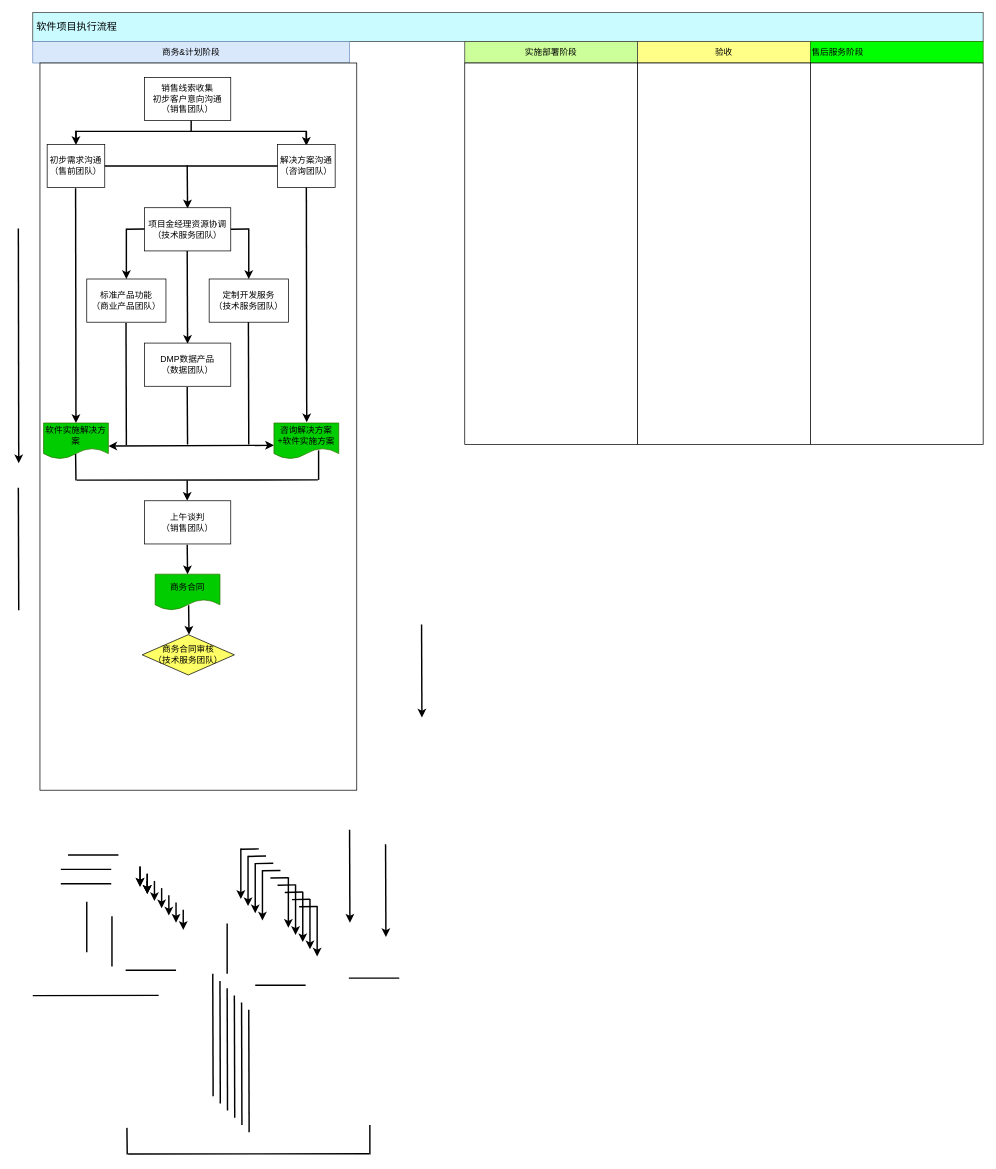
Before: 未命名绘图.drawio in pingxinerlun/Demo, a draw.io diagram. Source tidied: cells renumbered, new cells numbered last; positions are measured from the earlier drawing's top-left corner, leaving out a move shared by most shapes. Both pictures are drawn from the tidied source at 72%, with x=0, y=0 at pixel (18, 12).
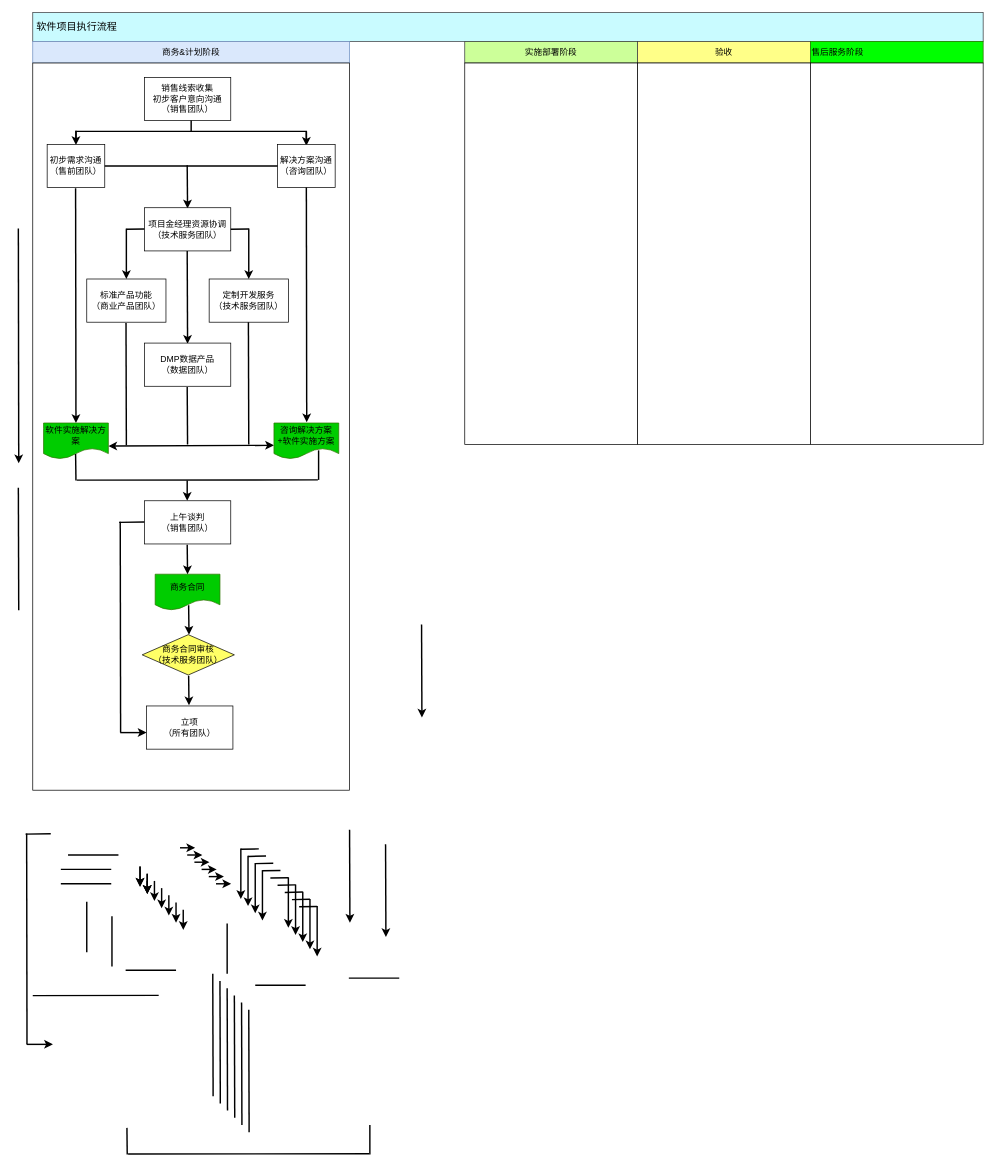
After the change.

Commit message:
左折下右箭头.drawio

The edit, as a diff of the source:
```diff
@@
     <mxCell id="7" style="rounded=0;whiteSpace=wrap;html=1;align=left;fillColor=#FFFFFF;" parent="1" vertex="1">
-      <mxGeometry x="30" y="70" width="440" height="1010" as="geometry" />
+      <mxGeometry x="20" y="70" width="440" height="1010" as="geometry" />
     </mxCell>
@@
+    <mxCell id="97" value="立项&lt;br&gt;（所有团队）" style="rounded=0;whiteSpace=wrap;html=1;align=center;fillColor=#FFFFFF;" parent="1" vertex="1">
+      <mxGeometry x="178" y="963" width="120" height="60" as="geometry" />
+    </mxCell>
+    <mxCell id="98" style="endArrow=classic;html=1;endSize=6;strokeWidth=2;entryX=0.5;entryY=0;entryDx=0;entryDy=0;" parent="1" edge="1">
+      <mxGeometry relative="1" as="geometry">
+        <mxPoint x="236.5" y="921" as="sourcePoint" />
+        <mxPoint x="237" y="962" as="targetPoint" />
+      </mxGeometry>
+    </mxCell>
+    <mxCell id="99" style="endArrow=none;html=1;strokeWidth=2;" parent="1" edge="1">
+      <mxGeometry relative="1" as="geometry">
+        <mxPoint x="140" y="708" as="sourcePoint" />
+        <mxPoint x="175" y="707.5" as="targetPoint" />
+      </mxGeometry>
+    </mxCell>
+    <mxCell id="100" style="endArrow=none;html=1;strokeWidth=2;" parent="1" edge="1">
+      <mxGeometry relative="1" as="geometry">
+        <mxPoint x="142" y="1000" as="sourcePoint" />
+        <mxPoint x="141.5" y="707" as="targetPoint" />
+      </mxGeometry>
+    </mxCell>
+    <mxCell id="101" style="endArrow=classic;html=1;endSize=6;strokeWidth=2;entryX=-0.017;entryY=0.617;entryDx=0;entryDy=0;entryPerimeter=0;" parent="1" edge="1">
+      <mxGeometry relative="1" as="geometry">
+        <mxPoint x="141.5" y="1000" as="sourcePoint" />
+        <mxPoint x="178" y="1000" as="targetPoint" />
+      </mxGeometry>
+    </mxCell>
+    <mxCell id="102" style="endArrow=classic;html=1;endSize=6;strokeWidth=2;" parent="1" edge="1">
+      <mxGeometry relative="1" as="geometry">
+        <mxPoint x="224.5" y="1160" as="sourcePoint" />
+        <mxPoint x="245.5" y="1160" as="targetPoint" />
+      </mxGeometry>
+    </mxCell>
+    <mxCell id="103" style="endArrow=classic;html=1;endSize=6;strokeWidth=2;" parent="1" edge="1">
+      <mxGeometry relative="1" as="geometry">
+        <mxPoint x="234.5" y="1170" as="sourcePoint" />
+        <mxPoint x="255.5" y="1170" as="targetPoint" />
+      </mxGeometry>
+    </mxCell>
+    <mxCell id="104" style="endArrow=classic;html=1;endSize=6;strokeWidth=2;" parent="1" edge="1">
+      <mxGeometry relative="1" as="geometry">
+        <mxPoint x="244.5" y="1180" as="sourcePoint" />
+        <mxPoint x="265.5" y="1180" as="targetPoint" />
+      </mxGeometry>
+    </mxCell>
+    <mxCell id="105" style="endArrow=classic;html=1;endSize=6;strokeWidth=2;" parent="1" edge="1">
+      <mxGeometry relative="1" as="geometry">
+        <mxPoint x="254.5" y="1190" as="sourcePoint" />
+        <mxPoint x="275.5" y="1190" as="targetPoint" />
+      </mxGeometry>
+    </mxCell>
+    <mxCell id="106" style="endArrow=classic;html=1;endSize=6;strokeWidth=2;" parent="1" edge="1">
+      <mxGeometry relative="1" as="geometry">
+        <mxPoint x="264.5" y="1200" as="sourcePoint" />
+        <mxPoint x="285.5" y="1200" as="targetPoint" />
+      </mxGeometry>
+    </mxCell>
+    <mxCell id="107" style="endArrow=classic;html=1;endSize=6;strokeWidth=2;" parent="1" edge="1">
+      <mxGeometry relative="1" as="geometry">
+        <mxPoint x="274.5" y="1210" as="sourcePoint" />
+        <mxPoint x="295.5" y="1210" as="targetPoint" />
+      </mxGeometry>
+    </mxCell>
+    <mxCell id="108" style="endArrow=none;html=1;strokeWidth=2;" parent="1" edge="1">
+      <mxGeometry relative="1" as="geometry">
+        <mxPoint x="10" y="1141" as="sourcePoint" />
+        <mxPoint x="45" y="1140.5" as="targetPoint" />
+      </mxGeometry>
+    </mxCell>
+    <mxCell id="109" style="endArrow=none;html=1;strokeWidth=2;" parent="1" edge="1">
+      <mxGeometry relative="1" as="geometry">
+        <mxPoint x="12" y="1433" as="sourcePoint" />
+        <mxPoint x="11.5" y="1140" as="targetPoint" />
+      </mxGeometry>
+    </mxCell>
+    <mxCell id="110" style="endArrow=classic;html=1;endSize=6;strokeWidth=2;entryX=-0.017;entryY=0.617;entryDx=0;entryDy=0;entryPerimeter=0;" parent="1" edge="1">
+      <mxGeometry relative="1" as="geometry">
+        <mxPoint x="11.5" y="1433" as="sourcePoint" />
+        <mxPoint x="48" y="1433" as="targetPoint" />
+      </mxGeometry>
+    </mxCell>
```
